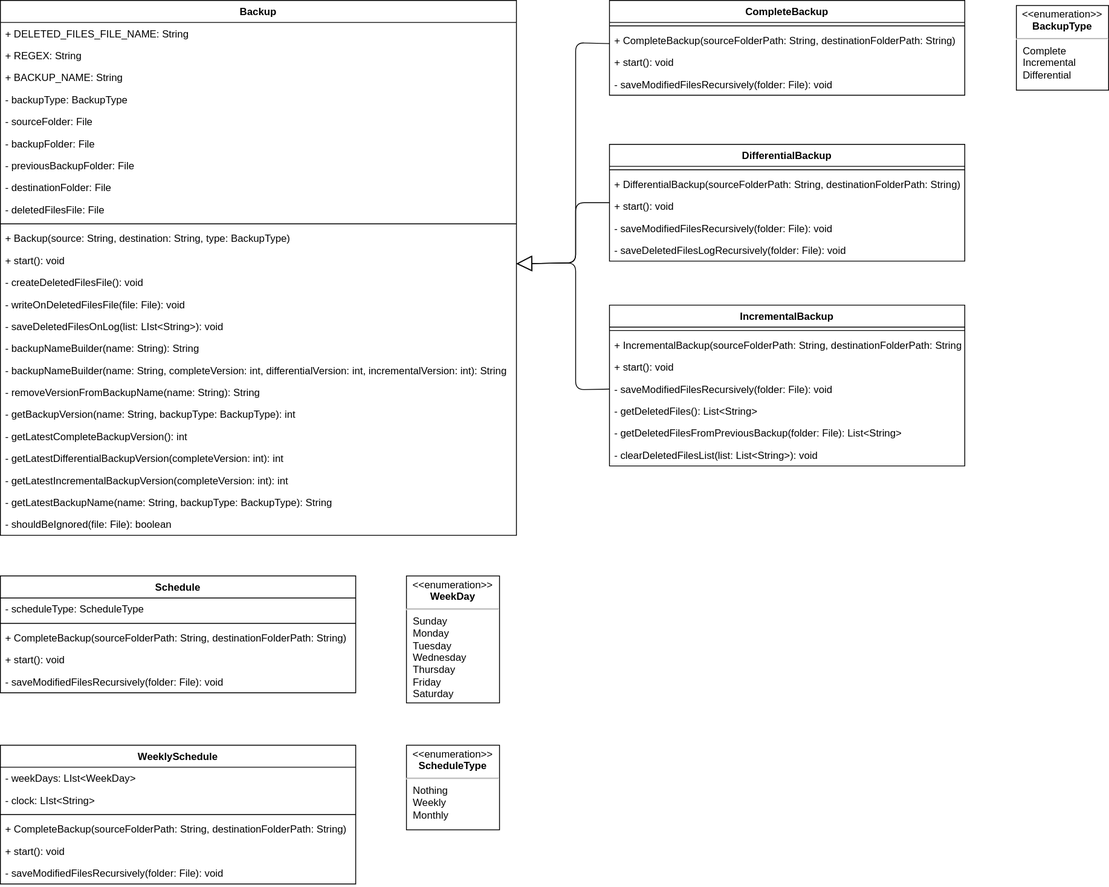
This is diagrams/classes.drawio.svg from MickTK/BackupSystem, a draw.io export, as it was before one commit. Source tidied: cells renumbered, new cells last; positions are measured from the earlier drawing's top-left corner, leaving out a move shared by most shapes.
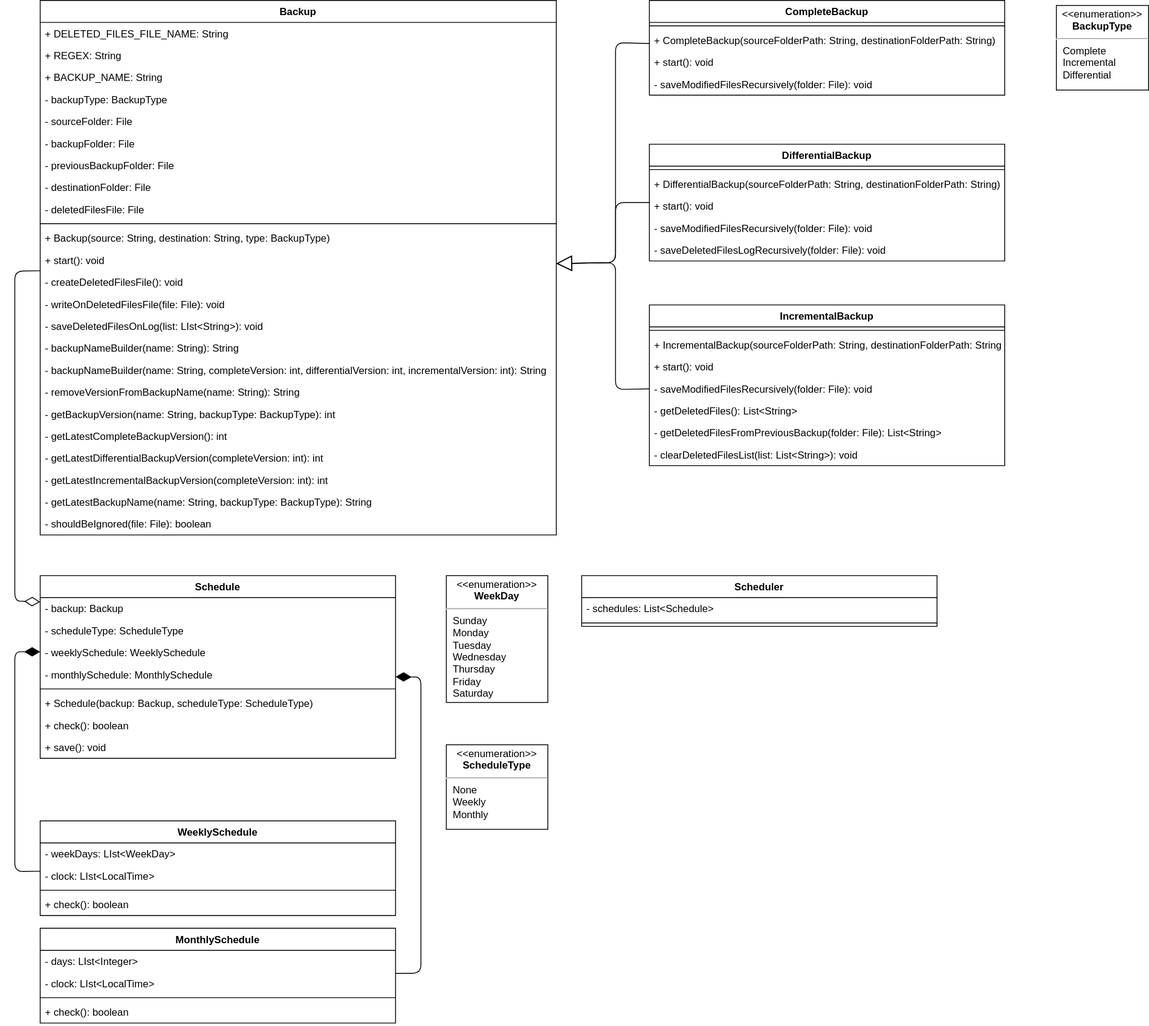
The same file after the commit.

Change to the diagram source:
```diff
@@ -2,6 +2,14 @@
   <root>
     <mxCell id="0" />
     <mxCell id="1" parent="0" />
+    <mxCell id="65" style="edgeStyle=none;html=1;endArrow=diamondThin;endFill=0;endSize=16;" parent="1" edge="1" source="2" target="66">
+      <mxGeometry relative="1" as="geometry">
+        <Array as="points">
+          <mxPoint x="-30" y="320" />
+          <mxPoint x="-30" y="710" />
+        </Array>
+      </mxGeometry>
+    </mxCell>
     <mxCell id="2" value="Backup" style="swimlane;fontStyle=1;align=center;verticalAlign=top;horizontal=1;startSize=26;" parent="1" vertex="1">
       <mxGeometry width="610" height="632" as="geometry" />
     </mxCell>
@@ -162,49 +170,93 @@
       </mxGeometry>
     </mxCell>
     <mxCell id="50" value="Schedule" style="swimlane;fontStyle=1;align=center;verticalAlign=top;horizontal=1;startSize=26;" parent="1" vertex="1">
-      <mxGeometry y="680" width="420" height="138" as="geometry" />
+      <mxGeometry y="680" width="420" height="216" as="geometry" />
     </mxCell>
+    <mxCell id="66" value="- backup: Backup" style="text;strokeColor=none;fillColor=none;align=left;verticalAlign=top;spacingLeft=4;spacingRight=4;overflow=hidden;points=[[0,0.5],[1,0.5]];portConstraint=eastwest;" parent="50" vertex="1">
+      <mxGeometry y="26" width="420" height="26" as="geometry" />
+    </mxCell>
     <mxCell id="51" value="- scheduleType: ScheduleType" style="text;strokeColor=none;fillColor=none;align=left;verticalAlign=top;spacingLeft=4;spacingRight=4;overflow=hidden;" parent="50" vertex="1">
-      <mxGeometry y="26" width="420" height="26" as="geometry" />
+      <mxGeometry y="52" width="420" height="26" as="geometry" />
     </mxCell>
+    <mxCell id="67" value="- weeklySchedule: WeeklySchedule" style="text;strokeColor=none;fillColor=none;align=left;verticalAlign=top;spacingLeft=4;spacingRight=4;overflow=hidden;points=[[0,0.5],[1,0.5]];portConstraint=eastwest;" parent="50" vertex="1">
+      <mxGeometry y="78" width="420" height="26" as="geometry" />
+    </mxCell>
+    <mxCell id="68" value="- monthlySchedule: MonthlySchedule" style="text;strokeColor=none;fillColor=none;align=left;verticalAlign=top;spacingLeft=4;spacingRight=4;overflow=hidden;points=[[0,0.5],[1,0.5]];portConstraint=eastwest;" parent="50" vertex="1">
+      <mxGeometry y="104" width="420" height="26" as="geometry" />
+    </mxCell>
     <mxCell id="52" style="line;strokeWidth=1;fillColor=none;align=left;verticalAlign=middle;spacingTop=-1;spacingLeft=3;spacingRight=3;labelPosition=right;strokeColor=inherit;" parent="50" vertex="1">
-      <mxGeometry y="52" width="420" height="8" as="geometry" />
+      <mxGeometry y="130" width="420" height="8" as="geometry" />
     </mxCell>
-    <mxCell id="53" value="+ CompleteBackup(sourceFolderPath: String, destinationFolderPath: String)" style="text;strokeColor=none;fillColor=none;align=left;verticalAlign=top;spacingLeft=4;spacingRight=4;overflow=hidden;" parent="50" vertex="1">
-      <mxGeometry y="60" width="420" height="26" as="geometry" />
-    </mxCell>
-    <mxCell id="54" value="+ start(): void" style="text;strokeColor=none;fillColor=none;align=left;verticalAlign=top;spacingLeft=4;spacingRight=4;overflow=hidden;" parent="50" vertex="1">
-      <mxGeometry y="86" width="420" height="26" as="geometry" />
-    </mxCell>
-    <mxCell id="55" value="- saveModifiedFilesRecursively(folder: File): void" style="text;strokeColor=none;fillColor=none;align=left;verticalAlign=top;spacingLeft=4;spacingRight=4;overflow=hidden;" parent="50" vertex="1">
-      <mxGeometry y="112" width="420" height="26" as="geometry" />
-    </mxCell>
+    <mxCell id="69" value="+ Schedule(backup: Backup, scheduleType: ScheduleType)" style="text;strokeColor=none;fillColor=none;align=left;verticalAlign=top;spacingLeft=4;spacingRight=4;overflow=hidden;" parent="50" vertex="1">
+      <mxGeometry y="138" width="420" height="26" as="geometry" />
+    </mxCell>
+    <mxCell id="70" value="+ check(): boolean" style="text;strokeColor=none;fillColor=none;align=left;verticalAlign=top;spacingLeft=4;spacingRight=4;overflow=hidden;" parent="50" vertex="1">
+      <mxGeometry y="164" width="420" height="26" as="geometry" />
+    </mxCell>
+    <mxCell id="71" value="+ save(): void" style="text;strokeColor=none;fillColor=none;align=left;verticalAlign=top;spacingLeft=4;spacingRight=4;overflow=hidden;" parent="50" vertex="1">
+      <mxGeometry y="190" width="420" height="26" as="geometry" />
+    </mxCell>
     <mxCell id="56" value="&lt;p style=&quot;margin:0px;margin-top:4px;text-align:center;&quot;&gt;&amp;lt;&amp;lt;enumeration&amp;gt;&amp;gt;&lt;br&gt;&lt;b&gt;WeekDay&lt;/b&gt;&lt;/p&gt;&lt;hr&gt;&lt;p style=&quot;margin:0px;margin-left:8px;text-align:left;&quot;&gt;Sunday&lt;/p&gt;&lt;p style=&quot;margin:0px;margin-left:8px;text-align:left;&quot;&gt;Monday&lt;/p&gt;&lt;p style=&quot;margin:0px;margin-left:8px;text-align:left;&quot;&gt;Tuesday&lt;br&gt;&lt;/p&gt;&lt;p style=&quot;margin:0px;margin-left:8px;text-align:left;&quot;&gt;Wednesday&lt;/p&gt;&lt;p style=&quot;margin:0px;margin-left:8px;text-align:left;&quot;&gt;Thursday&lt;/p&gt;&lt;p style=&quot;margin:0px;margin-left:8px;text-align:left;&quot;&gt;Friday&lt;/p&gt;&lt;p style=&quot;margin:0px;margin-left:8px;text-align:left;&quot;&gt;Saturday&lt;/p&gt;" style="shape=rect;html=1;overflow=fill;whiteSpace=wrap;" parent="1" vertex="1">
-      <mxGeometry x="480" y="680" width="110" height="150" as="geometry" />
+      <mxGeometry x="480" y="680" width="120" height="150" as="geometry" />
     </mxCell>
+    <mxCell id="72" style="edgeStyle=none;html=1;endArrow=diamondThin;endFill=1;endSize=16;" parent="1" edge="1" source="57" target="67">
+      <mxGeometry relative="1" as="geometry">
+        <Array as="points">
+          <mxPoint x="-30" y="1030" />
+          <mxPoint x="-30" y="810" />
+          <mxPoint x="-30" y="770" />
+        </Array>
+      </mxGeometry>
+    </mxCell>
     <mxCell id="57" value="WeeklySchedule" style="swimlane;fontStyle=1;align=center;verticalAlign=top;horizontal=1;startSize=26;" parent="1" vertex="1">
-      <mxGeometry y="880" width="420" height="164" as="geometry" />
+      <mxGeometry y="970" width="420" height="112" as="geometry" />
     </mxCell>
     <mxCell id="58" value="- weekDays: LIst&lt;WeekDay&gt;" style="text;strokeColor=none;fillColor=none;align=left;verticalAlign=top;spacingLeft=4;spacingRight=4;overflow=hidden;" parent="57" vertex="1">
       <mxGeometry y="26" width="420" height="26" as="geometry" />
     </mxCell>
-    <mxCell id="59" value="- clock: LIst&lt;String&gt;" style="text;strokeColor=none;fillColor=none;align=left;verticalAlign=top;spacingLeft=4;spacingRight=4;overflow=hidden;" parent="57" vertex="1">
+    <mxCell id="59" value="- clock: LIst&lt;LocalTime&gt;" style="text;strokeColor=none;fillColor=none;align=left;verticalAlign=top;spacingLeft=4;spacingRight=4;overflow=hidden;" parent="57" vertex="1">
       <mxGeometry y="52" width="420" height="26" as="geometry" />
     </mxCell>
     <mxCell id="60" style="line;strokeWidth=1;fillColor=none;align=left;verticalAlign=middle;spacingTop=-1;spacingLeft=3;spacingRight=3;labelPosition=right;strokeColor=inherit;" parent="57" vertex="1">
       <mxGeometry y="78" width="420" height="8" as="geometry" />
     </mxCell>
-    <mxCell id="61" value="+ CompleteBackup(sourceFolderPath: String, destinationFolderPath: String)" style="text;strokeColor=none;fillColor=none;align=left;verticalAlign=top;spacingLeft=4;spacingRight=4;overflow=hidden;" parent="57" vertex="1">
-      <mxGeometry y="86" width="420" height="26" as="geometry" />
-    </mxCell>
-    <mxCell id="62" value="+ start(): void" style="text;strokeColor=none;fillColor=none;align=left;verticalAlign=top;spacingLeft=4;spacingRight=4;overflow=hidden;" parent="57" vertex="1">
-      <mxGeometry y="112" width="420" height="26" as="geometry" />
-    </mxCell>
-    <mxCell id="63" value="- saveModifiedFilesRecursively(folder: File): void" style="text;strokeColor=none;fillColor=none;align=left;verticalAlign=top;spacingLeft=4;spacingRight=4;overflow=hidden;" parent="57" vertex="1">
-      <mxGeometry y="138" width="420" height="26" as="geometry" />
-    </mxCell>
+    <mxCell id="73" value="+ check(): boolean" style="text;strokeColor=none;fillColor=none;align=left;verticalAlign=top;spacingLeft=4;spacingRight=4;overflow=hidden;" parent="57" vertex="1">
+      <mxGeometry y="86" width="420" height="26" as="geometry" />
+    </mxCell>
-    <mxCell id="64" value="&lt;p style=&quot;margin:0px;margin-top:4px;text-align:center;&quot;&gt;&amp;lt;&amp;lt;enumeration&amp;gt;&amp;gt;&lt;br&gt;&lt;b&gt;ScheduleType&lt;/b&gt;&lt;/p&gt;&lt;hr&gt;&lt;p style=&quot;margin:0px;margin-left:8px;text-align:left;&quot;&gt;Nothing&lt;/p&gt;&lt;p style=&quot;margin:0px;margin-left:8px;text-align:left;&quot;&gt;Weekly&lt;/p&gt;&lt;p style=&quot;margin:0px;margin-left:8px;text-align:left;&quot;&gt;Monthly&lt;br&gt;&lt;/p&gt;" style="shape=rect;html=1;overflow=fill;whiteSpace=wrap;" parent="1" vertex="1">
-      <mxGeometry x="480" y="880" width="110" height="100" as="geometry" />
+    <mxCell id="64" value="&lt;p style=&quot;margin:0px;margin-top:4px;text-align:center;&quot;&gt;&amp;lt;&amp;lt;enumeration&amp;gt;&amp;gt;&lt;br&gt;&lt;b&gt;ScheduleType&lt;/b&gt;&lt;/p&gt;&lt;hr&gt;&lt;p style=&quot;margin:0px;margin-left:8px;text-align:left;&quot;&gt;None&lt;/p&gt;&lt;p style=&quot;margin:0px;margin-left:8px;text-align:left;&quot;&gt;Weekly&lt;/p&gt;&lt;p style=&quot;margin:0px;margin-left:8px;text-align:left;&quot;&gt;Monthly&lt;br&gt;&lt;/p&gt;" style="shape=rect;html=1;overflow=fill;whiteSpace=wrap;" parent="1" vertex="1">
+      <mxGeometry x="480" y="880" width="120" height="100" as="geometry" />
     </mxCell>
+    <mxCell id="74" style="edgeStyle=none;html=1;endArrow=diamondThin;endFill=1;endSize=16;" parent="1" edge="1" source="75" target="68">
+      <mxGeometry relative="1" as="geometry">
+        <Array as="points">
+          <mxPoint x="450" y="1150" />
+          <mxPoint x="450" y="800" />
+        </Array>
+      </mxGeometry>
+    </mxCell>
+    <mxCell id="75" value="MonthlySchedule" style="swimlane;fontStyle=1;align=center;verticalAlign=top;horizontal=1;startSize=26;" parent="1" vertex="1">
+      <mxGeometry y="1097" width="420" height="112" as="geometry" />
+    </mxCell>
+    <mxCell id="76" value="- days: LIst&lt;Integer&gt;" style="text;strokeColor=none;fillColor=none;align=left;verticalAlign=top;spacingLeft=4;spacingRight=4;overflow=hidden;" parent="75" vertex="1">
+      <mxGeometry y="26" width="420" height="26" as="geometry" />
+    </mxCell>
+    <mxCell id="77" value="- clock: LIst&lt;LocalTime&gt;" style="text;strokeColor=none;fillColor=none;align=left;verticalAlign=top;spacingLeft=4;spacingRight=4;overflow=hidden;" parent="75" vertex="1">
+      <mxGeometry y="52" width="420" height="26" as="geometry" />
+    </mxCell>
+    <mxCell id="78" style="line;strokeWidth=1;fillColor=none;align=left;verticalAlign=middle;spacingTop=-1;spacingLeft=3;spacingRight=3;labelPosition=right;strokeColor=inherit;" parent="75" vertex="1">
+      <mxGeometry y="78" width="420" height="8" as="geometry" />
+    </mxCell>
+    <mxCell id="79" value="+ check(): boolean" style="text;strokeColor=none;fillColor=none;align=left;verticalAlign=top;spacingLeft=4;spacingRight=4;overflow=hidden;" parent="75" vertex="1">
+      <mxGeometry y="86" width="420" height="26" as="geometry" />
+    </mxCell>
+    <mxCell id="80" value="Scheduler" style="swimlane;fontStyle=1;align=center;verticalAlign=top;horizontal=1;startSize=26;" parent="1" vertex="1">
+      <mxGeometry x="640" y="680" width="420" height="60" as="geometry" />
+    </mxCell>
+    <mxCell id="81" value="- schedules: List&lt;Schedule&gt;" style="text;strokeColor=none;fillColor=none;align=left;verticalAlign=top;spacingLeft=4;spacingRight=4;overflow=hidden;" parent="80" vertex="1">
+      <mxGeometry y="26" width="420" height="26" as="geometry" />
+    </mxCell>
+    <mxCell id="82" style="line;strokeWidth=1;fillColor=none;align=left;verticalAlign=middle;spacingTop=-1;spacingLeft=3;spacingRight=3;labelPosition=right;strokeColor=inherit;" parent="80" vertex="1">
+      <mxGeometry y="52" width="420" height="8" as="geometry" />
+    </mxCell>
   </root>
 </mxGraphModel>
```
